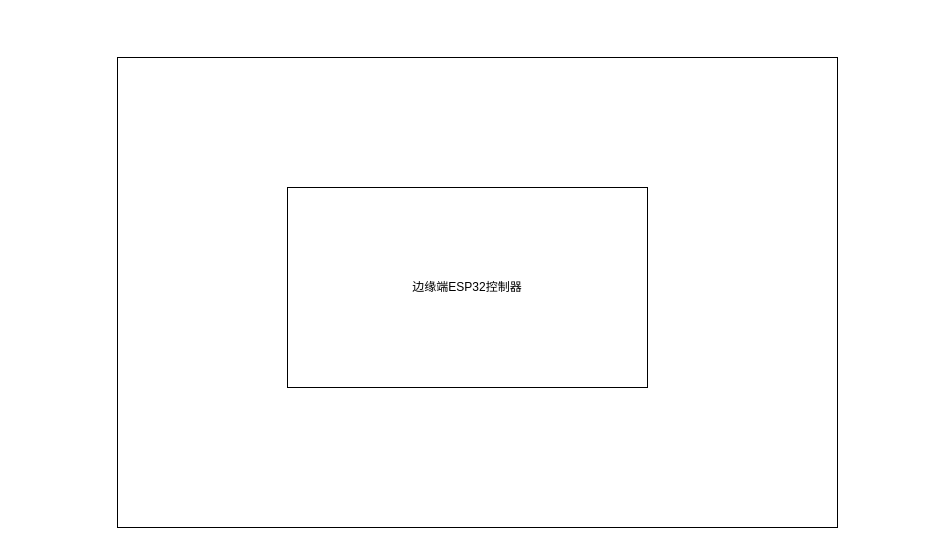
zhangruyi3906/img keeps this draw.io diagram as 硬件结构图.drawio. Above is the earlier version. Source tidied: cells renumbered, new cells numbered last; positions are measured from the earlier drawing's top-left corner, leaving out a move shared by most shapes. Both pictures are drawn from the tidied source at 100%, with x=0, y=0 at pixel (117, 57).
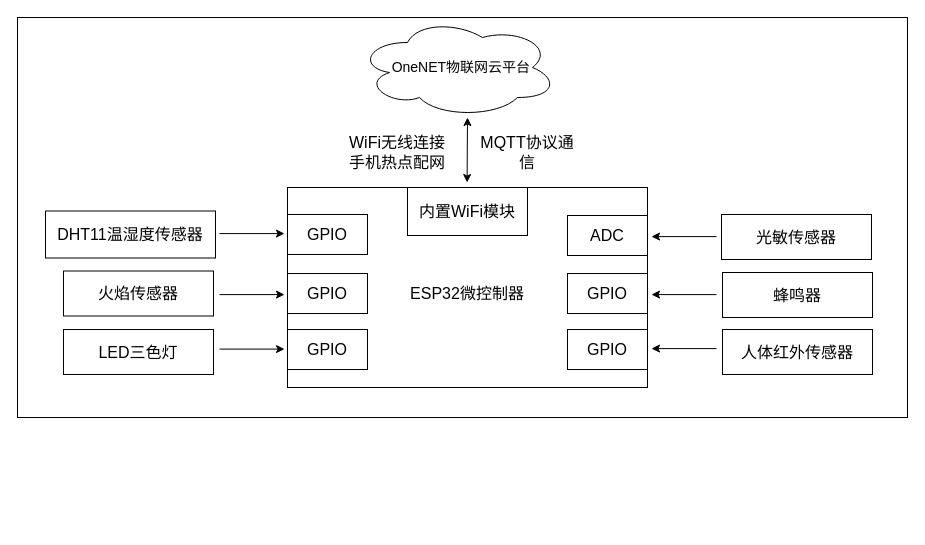
The same page after the edit.

Commit message:
更新硬件结构图.drawio

Change to the diagram source:
```diff
@@
     <mxCell id="2" style="rounded=0;whiteSpace=wrap;html=1;" parent="1" vertex="1">
-      <mxGeometry width="720" height="470" as="geometry" />
+      <mxGeometry x="-100" y="-40" width="890" height="400" as="geometry" />
     </mxCell>
-    <mxCell id="3" value="边缘端ESP32控制器" style="rounded=0;whiteSpace=wrap;html=1;" parent="1" vertex="1">
+    <mxCell id="3" style="rounded=0;whiteSpace=wrap;html=1;" parent="1" vertex="1">
       <mxGeometry x="170" y="130" width="360" height="200" as="geometry" />
     </mxCell>
+    <mxCell id="4" value="&lt;span style=&quot;text-align: start; white-space-collapse: preserve; background-color: rgb(255, 255, 255);&quot;&gt;&lt;font style=&quot;font-size: 16px; color: rgb(0, 0, 0);&quot; face=&quot;Helvetica&quot;&gt;GPIO&lt;/font&gt;&lt;/span&gt;" style="rounded=0;whiteSpace=wrap;html=1;" parent="1" vertex="1">
+      <mxGeometry x="170" y="157" width="80" height="40" as="geometry" />
+    </mxCell>
+    <mxCell id="5" value="&lt;div&gt;&lt;br&gt;&lt;/div&gt;&lt;span style=&quot;color: rgb(0, 0, 0); font-family: Helvetica; font-size: 16px; font-style: normal; font-variant-ligatures: normal; font-variant-caps: normal; font-weight: 400; letter-spacing: normal; orphans: 2; text-align: start; text-indent: 0px; text-transform: none; widows: 2; word-spacing: 0px; -webkit-text-stroke-width: 0px; white-space: pre-wrap; background-color: rgb(255, 255, 255); text-decoration-thickness: initial; text-decoration-style: initial; text-decoration-color: initial; float: none; display: inline !important;&quot;&gt;GPIO&lt;/span&gt;&lt;div&gt;&lt;br&gt;&lt;/div&gt;" style="rounded=0;whiteSpace=wrap;html=1;" parent="1" vertex="1">
+      <mxGeometry x="170" y="216" width="80" height="40" as="geometry" />
+    </mxCell>
+    <mxCell id="6" value="&lt;span style=&quot;font-size: 16px; text-align: start; white-space-collapse: preserve; background-color: rgb(255, 255, 255);&quot;&gt;GPIO&lt;/span&gt;" style="rounded=0;whiteSpace=wrap;html=1;" parent="1" vertex="1">
+      <mxGeometry x="170" y="272" width="80" height="40" as="geometry" />
+    </mxCell>
+    <mxCell id="7" value="&lt;span style=&quot;text-align: start; white-space-collapse: preserve; background-color: rgb(255, 255, 255);&quot;&gt;&lt;font face=&quot;Helvetica&quot; style=&quot;font-size: 16px; color: rgb(0, 0, 0);&quot;&gt;ADC&lt;/font&gt;&lt;/span&gt;" style="rounded=0;whiteSpace=wrap;html=1;" parent="1" vertex="1">
+      <mxGeometry x="450" y="158" width="80" height="40" as="geometry" />
+    </mxCell>
+    <mxCell id="8" value="&lt;span style=&quot;font-size: 16px; text-align: start; white-space-collapse: preserve; background-color: rgb(255, 255, 255);&quot;&gt;GPIO&lt;/span&gt;" style="rounded=0;whiteSpace=wrap;html=1;" parent="1" vertex="1">
+      <mxGeometry x="450" y="216" width="80" height="40" as="geometry" />
+    </mxCell>
+    <mxCell id="9" value="&lt;span style=&quot;font-size: 16px; text-align: start; white-space-collapse: preserve; background-color: rgb(255, 255, 255);&quot;&gt;GPIO&lt;/span&gt;" style="rounded=0;whiteSpace=wrap;html=1;" parent="1" vertex="1">
+      <mxGeometry x="450" y="272" width="80" height="40" as="geometry" />
+    </mxCell>
+    <mxCell id="10" value="&lt;font style=&quot;font-size: 16px;&quot;&gt;&lt;font face=&quot;Helvetica&quot;&gt;DHT11&lt;/font&gt;&lt;font style=&quot;&quot;&gt;温湿度传感器&lt;/font&gt;&lt;/font&gt;" style="rounded=0;whiteSpace=wrap;html=1;" parent="1" vertex="1">
+      <mxGeometry x="-72" y="153.5" width="170" height="47" as="geometry" />
+    </mxCell>
+    <mxCell id="11" value="&lt;span style=&quot;font-size: 16px;&quot;&gt;&lt;font face=&quot;Helvetica&quot;&gt;火焰传感器&lt;/font&gt;&lt;/span&gt;" style="rounded=0;whiteSpace=wrap;html=1;" parent="1" vertex="1">
+      <mxGeometry x="-54" y="213.5" width="150" height="45" as="geometry" />
+    </mxCell>
+    <mxCell id="12" value="&lt;font face=&quot;Helvetica&quot; style=&quot;font-size: 16px;&quot;&gt;LED三色灯&lt;/font&gt;" style="rounded=0;whiteSpace=wrap;html=1;" parent="1" vertex="1">
+      <mxGeometry x="-54" y="272" width="150" height="45" as="geometry" />
+    </mxCell>
+    <mxCell id="13" value="&lt;span style=&quot;font-size: 16px;&quot;&gt;&lt;font face=&quot;Helvetica&quot;&gt;光敏传感器&lt;/font&gt;&lt;/span&gt;" style="rounded=0;whiteSpace=wrap;html=1;" parent="1" vertex="1">
+      <mxGeometry x="604" y="157" width="150" height="45" as="geometry" />
+    </mxCell>
+    <mxCell id="14" value="&lt;span style=&quot;font-size: 16px;&quot;&gt;&lt;font face=&quot;Helvetica&quot;&gt;蜂鸣器&lt;/font&gt;&lt;/span&gt;" style="rounded=0;whiteSpace=wrap;html=1;" parent="1" vertex="1">
+      <mxGeometry x="605" y="215" width="150" height="45" as="geometry" />
+    </mxCell>
+    <mxCell id="15" value="&lt;span style=&quot;font-size: 16px;&quot;&gt;&lt;font face=&quot;Helvetica&quot;&gt;人体红外传感器&lt;/font&gt;&lt;/span&gt;" style="rounded=0;whiteSpace=wrap;html=1;" parent="1" vertex="1">
+      <mxGeometry x="605" y="272" width="150" height="45" as="geometry" />
+    </mxCell>
+    <mxCell id="16" value="&lt;font style=&quot;font-size: 16px;&quot;&gt;内置WiFi模块&lt;/font&gt;" style="rounded=0;whiteSpace=wrap;html=1;" parent="1" vertex="1">
+      <mxGeometry x="290" y="130" width="120" height="48" as="geometry" />
+    </mxCell>
+    <mxCell id="17" value="&lt;span style=&quot;font-size: 16px;&quot;&gt;ESP32微控制器&lt;/span&gt;" style="text;html=1;align=center;verticalAlign=middle;whiteSpace=wrap;rounded=0;" parent="1" vertex="1">
+      <mxGeometry x="290" y="221" width="120" height="30" as="geometry" />
+    </mxCell>
+    <mxCell id="18" style="endArrow=classic;html=1;rounded=0;" parent="1" edge="1">
+      <mxGeometry relative="1" as="geometry">
+        <mxPoint x="102" y="176.1" as="sourcePoint" />
+        <mxPoint x="167" y="176.1" as="targetPoint" />
+      </mxGeometry>
+    </mxCell>
+    <mxCell id="19" style="endArrow=classic;html=1;rounded=0;" parent="1" edge="1">
+      <mxGeometry relative="1" as="geometry">
+        <mxPoint x="599" y="291.1" as="sourcePoint" />
+        <mxPoint x="534" y="291.1" as="targetPoint" />
+      </mxGeometry>
+    </mxCell>
+    <mxCell id="20" style="endArrow=classic;html=1;rounded=0;" parent="1" edge="1">
+      <mxGeometry relative="1" as="geometry">
+        <mxPoint x="599" y="179.1" as="sourcePoint" />
+        <mxPoint x="534" y="179.1" as="targetPoint" />
+      </mxGeometry>
+    </mxCell>
+    <mxCell id="21" style="endArrow=classic;html=1;rounded=0;" parent="1" edge="1">
+      <mxGeometry relative="1" as="geometry">
+        <mxPoint x="102" y="291.6" as="sourcePoint" />
+        <mxPoint x="167" y="291.6" as="targetPoint" />
+      </mxGeometry>
+    </mxCell>
+    <mxCell id="22" style="endArrow=classic;html=1;rounded=0;" parent="1" edge="1">
+      <mxGeometry relative="1" as="geometry">
+        <mxPoint x="102" y="237.1" as="sourcePoint" />
+        <mxPoint x="167" y="237.1" as="targetPoint" />
+      </mxGeometry>
+    </mxCell>
+    <mxCell id="23" style="endArrow=classic;html=1;rounded=0;" parent="1" edge="1">
+      <mxGeometry relative="1" as="geometry">
+        <mxPoint x="599" y="237.1" as="sourcePoint" />
+        <mxPoint x="534" y="237.1" as="targetPoint" />
+      </mxGeometry>
+    </mxCell>
+    <mxCell id="24" style="endArrow=classic;startArrow=classic;html=1;rounded=0;" parent="1" edge="1">
+      <mxGeometry relative="1" as="geometry">
+        <mxPoint x="349.6" y="125" as="sourcePoint" />
+        <mxPoint x="350" y="60" as="targetPoint" />
+      </mxGeometry>
+    </mxCell>
+    <mxCell id="25" value="&lt;font style=&quot;font-size: 16px;&quot;&gt;WiFi无线连接手机热点配网&lt;/font&gt;" style="text;html=1;align=center;verticalAlign=middle;whiteSpace=wrap;rounded=0;" parent="1" vertex="1">
+      <mxGeometry x="230" y="80" width="100" height="30" as="geometry" />
+    </mxCell>
+    <mxCell id="26" value="&lt;font style=&quot;font-size: 16px;&quot;&gt;MQTT协议通信&lt;/font&gt;" style="text;html=1;align=center;verticalAlign=middle;whiteSpace=wrap;rounded=0;" parent="1" vertex="1">
+      <mxGeometry x="360" y="80" width="100" height="30" as="geometry" />
+    </mxCell>
+    <mxCell id="27" value="&lt;font style=&quot;font-size: 14px;&quot;&gt;&amp;nbsp; OneNET物联网云平台&lt;/font&gt;" style="ellipse;shape=cloud;whiteSpace=wrap;html=1;" parent="1" vertex="1">
+      <mxGeometry x="240" y="-40" width="200" height="100" as="geometry" />
+    </mxCell>
```
